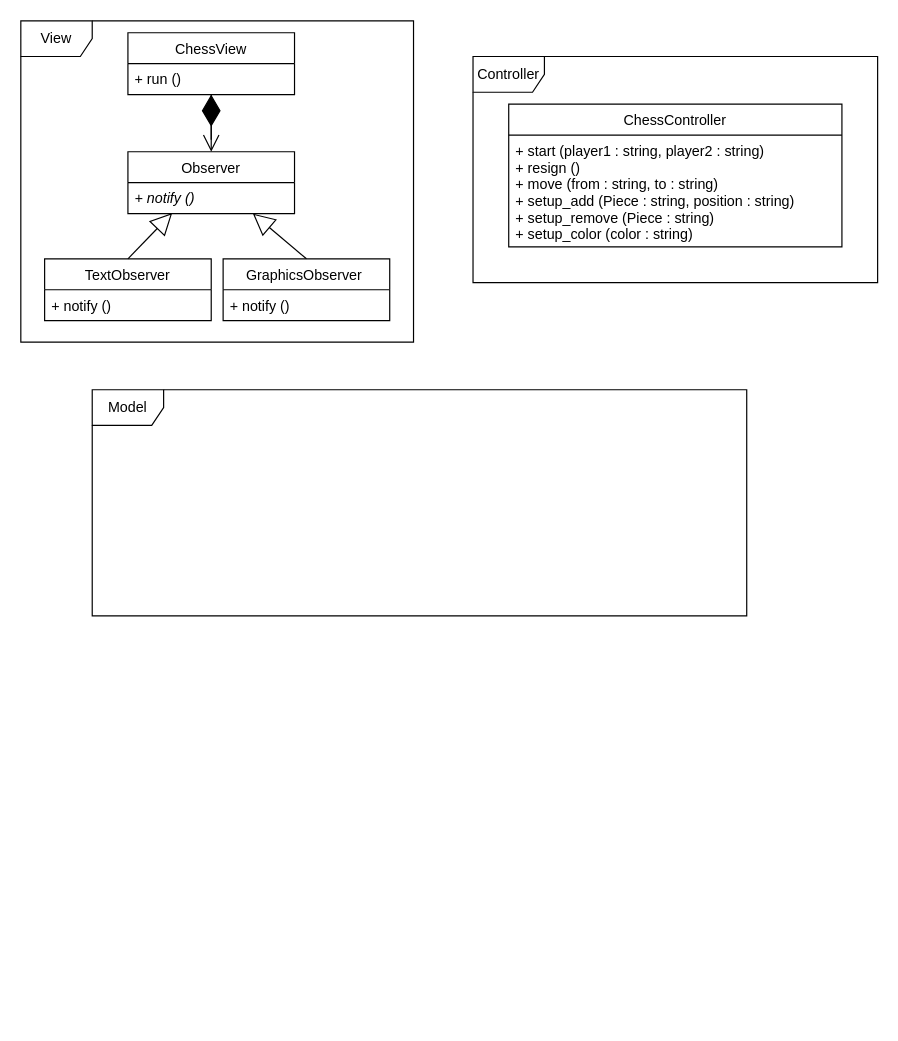
Above: ChessUML.drawio in rastin1379/CS_246_Project (draw.io), before the change. Source tidied: cells renumbered, new cells numbered last; positions are measured from the earlier drawing's top-left corner, leaving out a move shared by most shapes. Both pictures are drawn from the tidied source at 119%, with x=0, y=0 at pixel (20, 20).
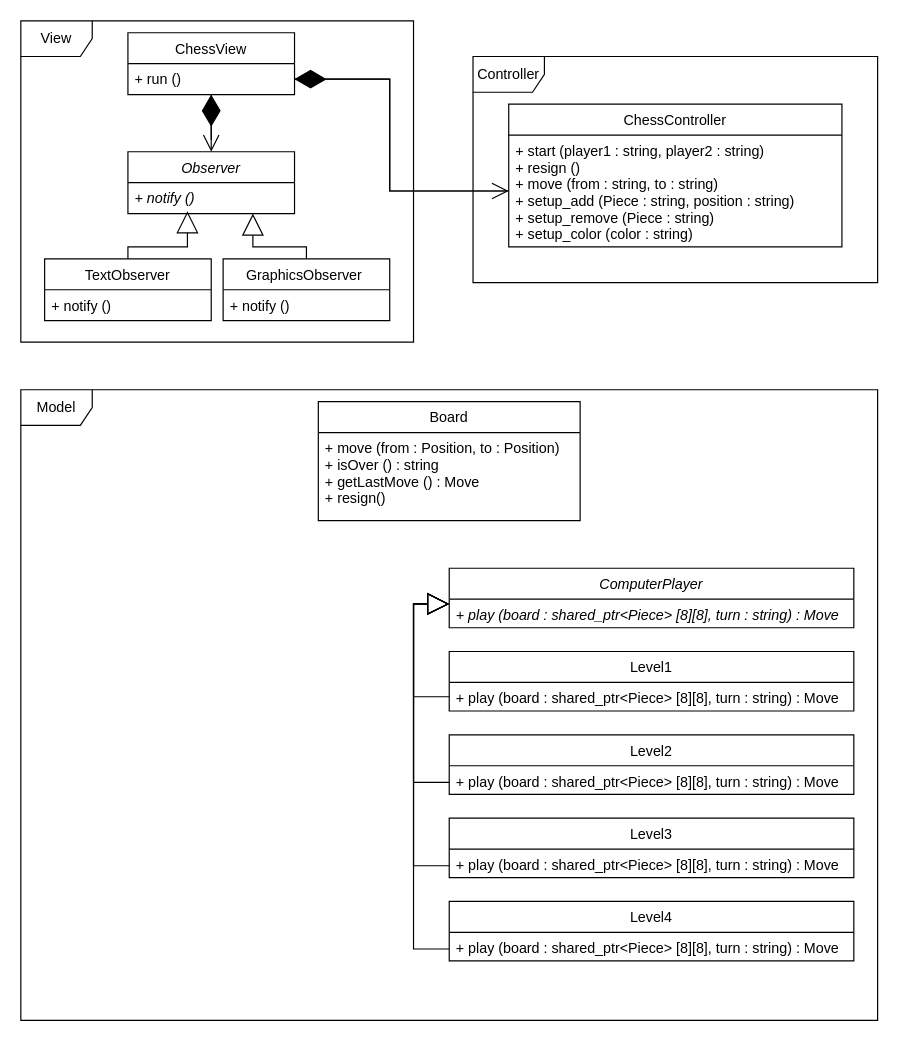
Above is the later version.

Commit message:
Update ChessUML.drawio Board & Players

The change refers to these unchanged cells:
```xml
<mxCell id="6" value="+ run ()" style="text;strokeColor=none;fillColor=none;align=left;verticalAlign=top;spacingLeft=4;spacingRight=4;overflow=hidden;points=[[0,0.5],[1,0.5]];portConstraint=eastwest;" parent="5" vertex="1">
  <mxGeometry y="26" width="140" height="26" as="geometry" />
</mxCell>
<mxCell id="9" value="+ notify ()" style="text;strokeColor=none;fillColor=none;align=left;verticalAlign=top;spacingLeft=4;spacingRight=4;overflow=hidden;points=[[0,0.5],[1,0.5]];portConstraint=eastwest;fontStyle=2;" parent="8" vertex="1">
  <mxGeometry y="26" width="140" height="26" as="geometry" />
</mxCell>
<mxCell id="11" value="GraphicsObserver " style="swimlane;fontStyle=0;horizontal=1;startSize=26;fillColor=none;" parent="1" vertex="1">
  <mxGeometry x="170" y="200" width="140" height="52" as="geometry" />
</mxCell>
<mxCell id="14" value="TextObserver" style="swimlane;fontStyle=0;horizontal=1;startSize=26;fillColor=none;" parent="1" vertex="1">
  <mxGeometry x="20" y="200" width="140" height="52" as="geometry" />
</mxCell>
<mxCell id="18" value="+ start (player1 : string, player2 : string)&#10;+ resign ()&#10;+ move (from : string, to : string)&#10;+ setup_add (Piece : string, position : string)&#10;+ setup_remove (Piece : string)&#10;+ setup_color (color : string)" style="text;strokeColor=none;fillColor=none;align=left;verticalAlign=top;spacingLeft=4;spacingRight=4;overflow=hidden;points=[[0,0.5],[1,0.5]];portConstraint=eastwest;" parent="17" vertex="1">
  <mxGeometry y="26" width="280" height="94" as="geometry" />
</mxCell>
```

The edit, as a diff of the source:
```diff
@@
     <mxCell id="4" value="Model" style="shape=umlFrame;whiteSpace=wrap;html=1;" parent="1" vertex="1">
-      <mxGeometry x="60" y="310" width="550" height="190" as="geometry" />
+      <mxGeometry y="310" width="720" height="530" as="geometry" />
     </mxCell>
@@
-    <mxCell id="8" value="Observer" style="swimlane;fontStyle=0;horizontal=1;startSize=26;fillColor=none;" parent="1" vertex="1">
+    <mxCell id="8" value="Observer" style="swimlane;fontStyle=2;horizontal=1;startSize=26;fillColor=none;" parent="1" vertex="1">
       <mxGeometry x="90" y="110" width="140" height="52" as="geometry" />
     </mxCell>
@@
     <mxCell id="12" style="endArrow=block;endSize=16;endFill=0;html=1;rounded=0;entryX=0.75;entryY=1;entryDx=0;entryDy=0;" parent="11" edge="1" target="8">
       <mxGeometry relative="1" as="geometry">
         <mxPoint x="70" as="sourcePoint" />
+        <Array as="points">
+          <mxPoint x="70" y="-10" />
+          <mxPoint x="25" y="-10" />
+        </Array>
       </mxGeometry>
     </mxCell>
@@
-    <mxCell id="16" style="endArrow=block;endSize=16;endFill=0;html=1;rounded=0;entryX=0.266;entryY=0.98;entryDx=0;entryDy=0;exitX=0.5;exitY=0;exitDx=0;exitDy=0;entryPerimeter=0;" parent="1" edge="1" source="14" target="9">
-      <mxGeometry relative="1" as="geometry" />
+    <mxCell id="16" style="endArrow=block;endSize=16;endFill=0;html=1;rounded=0;exitX=0.5;exitY=0;exitDx=0;exitDy=0;" parent="1" edge="1" source="14">
+      <mxGeometry relative="1" as="geometry">
+        <mxPoint x="140" y="160" as="targetPoint" />
+        <Array as="points">
+          <mxPoint x="90" y="190" />
+          <mxPoint x="140" y="190" />
+        </Array>
+      </mxGeometry>
     </mxCell>
@@
+    <mxCell id="19" style="endArrow=diamondThin;endFill=1;endSize=24;html=1;rounded=0;entryX=1;entryY=0.5;entryDx=0;entryDy=0;exitX=0;exitY=0.5;exitDx=0;exitDy=0;" parent="1" edge="1" source="18" target="6">
+      <mxGeometry relative="1" as="geometry">
+        <Array as="points">
+          <mxPoint x="310" y="143" />
+          <mxPoint x="310" y="49" />
+        </Array>
+      </mxGeometry>
+    </mxCell>
+    <mxCell id="20" style="endArrow=open;endFill=1;endSize=12;html=1;rounded=0;exitX=1;exitY=0.5;exitDx=0;exitDy=0;entryX=0;entryY=0.5;entryDx=0;entryDy=0;" parent="1" edge="1" source="6" target="18">
+      <mxGeometry relative="1" as="geometry">
+        <Array as="points">
+          <mxPoint x="310" y="49" />
+          <mxPoint x="310" y="143" />
+        </Array>
+      </mxGeometry>
+    </mxCell>
+    <mxCell id="21" value="Board" style="swimlane;fontStyle=0;horizontal=1;startSize=26;fillColor=none;" parent="1" vertex="1">
+      <mxGeometry x="250" y="320" width="220" height="100" as="geometry" />
+    </mxCell>
+    <mxCell id="22" value="+ move (from : Position, to : Position) &#10;+ isOver () : string &#10;+ getLastMove () : Move&#10;+ resign()&#10;" style="text;strokeColor=none;fillColor=none;align=left;verticalAlign=top;spacingLeft=4;spacingRight=4;overflow=hidden;" parent="21" vertex="1">
+      <mxGeometry y="26" width="220" height="74" as="geometry" />
+    </mxCell>
+    <mxCell id="23" value="ComputerPlayer" style="swimlane;fontStyle=2;horizontal=1;startSize=26;fillColor=none;" parent="1" vertex="1">
+      <mxGeometry x="360" y="460" width="340" height="50" as="geometry" />
+    </mxCell>
+    <mxCell id="24" value="+ play (board : shared_ptr&lt;Piece&gt; [8][8], turn : string) : Move" style="text;strokeColor=none;fillColor=none;align=left;verticalAlign=top;spacingLeft=4;spacingRight=4;overflow=hidden;fontStyle=2;" parent="23" vertex="1">
+      <mxGeometry y="26" width="340" height="24" as="geometry" />
+    </mxCell>
+    <mxCell id="25" value="Level1" style="swimlane;fontStyle=0;horizontal=1;startSize=26;fillColor=none;" parent="1" vertex="1">
+      <mxGeometry x="360" y="530" width="340" height="50" as="geometry" />
+    </mxCell>
+    <mxCell id="26" value="+ play (board : shared_ptr&lt;Piece&gt; [8][8], turn : string) : Move" style="text;strokeColor=none;fillColor=none;align=left;verticalAlign=top;spacingLeft=4;spacingRight=4;overflow=hidden;points=[[0,0.5],[1,0.5]];portConstraint=eastwest;fontStyle=0;" parent="25" vertex="1">
+      <mxGeometry y="26" width="340" height="24" as="geometry" />
+    </mxCell>
+    <mxCell id="27" value="Level2" style="swimlane;fontStyle=0;horizontal=1;startSize=26;fillColor=none;" parent="1" vertex="1">
+      <mxGeometry x="360" y="600" width="340" height="50" as="geometry" />
+    </mxCell>
+    <mxCell id="28" value="+ play (board : shared_ptr&lt;Piece&gt; [8][8], turn : string) : Move" style="text;strokeColor=none;fillColor=none;align=left;verticalAlign=top;spacingLeft=4;spacingRight=4;overflow=hidden;fontStyle=0;" parent="27" vertex="1">
+      <mxGeometry y="26" width="340" height="24" as="geometry" />
+    </mxCell>
+    <mxCell id="29" value="Level3" style="swimlane;fontStyle=0;horizontal=1;startSize=26;fillColor=none;" parent="1" vertex="1">
+      <mxGeometry x="360" y="670" width="340" height="50" as="geometry" />
+    </mxCell>
+    <mxCell id="30" value="+ play (board : shared_ptr&lt;Piece&gt; [8][8], turn : string) : Move" style="text;strokeColor=none;fillColor=none;align=left;verticalAlign=top;spacingLeft=4;spacingRight=4;overflow=hidden;fontStyle=0;" parent="29" vertex="1">
+      <mxGeometry y="26" width="340" height="24" as="geometry" />
+    </mxCell>
+    <mxCell id="31" value="Level4" style="swimlane;fontStyle=0;horizontal=1;startSize=26;fillColor=none;" parent="1" vertex="1">
+      <mxGeometry x="360" y="740" width="340" height="50" as="geometry" />
+    </mxCell>
+    <mxCell id="32" value="+ play (board : shared_ptr&lt;Piece&gt; [8][8], turn : string) : Move" style="text;strokeColor=none;fillColor=none;align=left;verticalAlign=top;spacingLeft=4;spacingRight=4;overflow=hidden;fontStyle=0;" parent="31" vertex="1">
+      <mxGeometry y="26" width="340" height="24" as="geometry" />
+    </mxCell>
+    <mxCell id="33" style="endArrow=block;endSize=16;endFill=0;html=1;rounded=0;exitX=0;exitY=0.5;exitDx=0;exitDy=0;" parent="1" edge="1" source="26">
+      <mxGeometry relative="1" as="geometry">
+        <mxPoint x="360" y="490" as="targetPoint" />
+        <Array as="points">
+          <mxPoint x="330" y="568" />
+          <mxPoint x="330" y="490" />
+        </Array>
+      </mxGeometry>
+    </mxCell>
+    <mxCell id="34" style="endArrow=block;endSize=16;endFill=0;html=1;rounded=0;" parent="1" edge="1">
+      <mxGeometry relative="1" as="geometry">
+        <mxPoint x="360" y="640" as="sourcePoint" />
+        <mxPoint x="360" y="490" as="targetPoint" />
+        <Array as="points">
+          <mxPoint x="330" y="640" />
+          <mxPoint x="330" y="490" />
+        </Array>
+      </mxGeometry>
+    </mxCell>
+    <mxCell id="35" style="endArrow=block;endSize=16;endFill=0;html=1;rounded=0;" parent="1" edge="1">
+      <mxGeometry relative="1" as="geometry">
+        <mxPoint x="360" y="710" as="sourcePoint" />
+        <mxPoint x="360" y="490" as="targetPoint" />
+        <Array as="points">
+          <mxPoint x="330" y="710" />
+          <mxPoint x="330" y="490" />
+        </Array>
+      </mxGeometry>
+    </mxCell>
+    <mxCell id="36" style="endArrow=block;endSize=16;endFill=0;html=1;rounded=0;" parent="1" edge="1">
+      <mxGeometry relative="1" as="geometry">
+        <mxPoint x="360" y="780" as="sourcePoint" />
+        <mxPoint x="360" y="490" as="targetPoint" />
+        <Array as="points">
+          <mxPoint x="330" y="780" />
+          <mxPoint x="330" y="490" />
+        </Array>
+      </mxGeometry>
+    </mxCell>
```
